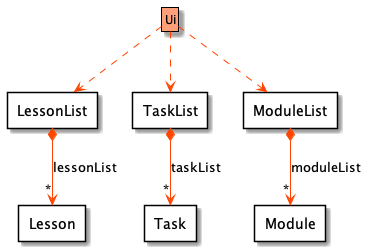
Earlier version of the PlantUML export docs/images/UiClassDiagram.png (nus-cs2113-AY2122S1/tp).
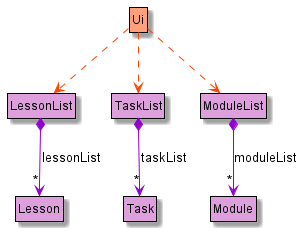
Above is the later version.

The edit, as a diff of the source:
```diff
@@ -1,31 +1,19 @@
 @startuml
 !include Style.puml
 
-package "Lesson" <<rectangle>> {
-}
-
-package "LessonList" <<rectangle>> {
-}
-
-package "Task" <<rectangle>> {
-}
-
-package "TaskList" <<rectangle>> {
-}
-
-package "Module" <<rectangle>> {
-}
-
-package "ModuleList" <<rectangle>> {
-}
-
-Class Ui UI_COLOR
-
-TaskList *-[UI_COLOR_T1]-> "*" Task : taskList
-LessonList *-[UI_COLOR_T1]-> "*" Lesson : lessonList
-ModuleList *-[UI_COLOR_T1]-> "*" Module : moduleList
+class Ui UI_COLOR
+class Lesson MODEL_COLOR
+class LessonList MODEL_COLOR
+class Task MODEL_COLOR
+class TaskList MODEL_COLOR
+class Module MODEL_COLOR
+class ModuleList MODEL_COLOR
 
 Ui .[UI_COLOR_T1].> TaskList
 Ui .[UI_COLOR_T1].> LessonList
 Ui .[UI_COLOR_T1].> ModuleList
+
+TaskList *-[MODEL_COLOR_T1]-> "*" Task : taskList
+LessonList *-[MODEL_COLOR_T1]-> "*" Lesson : lessonList
+ModuleList *-[MODEL_COLOR_T1]-> "*" Module : moduleList
 @enduml
```
